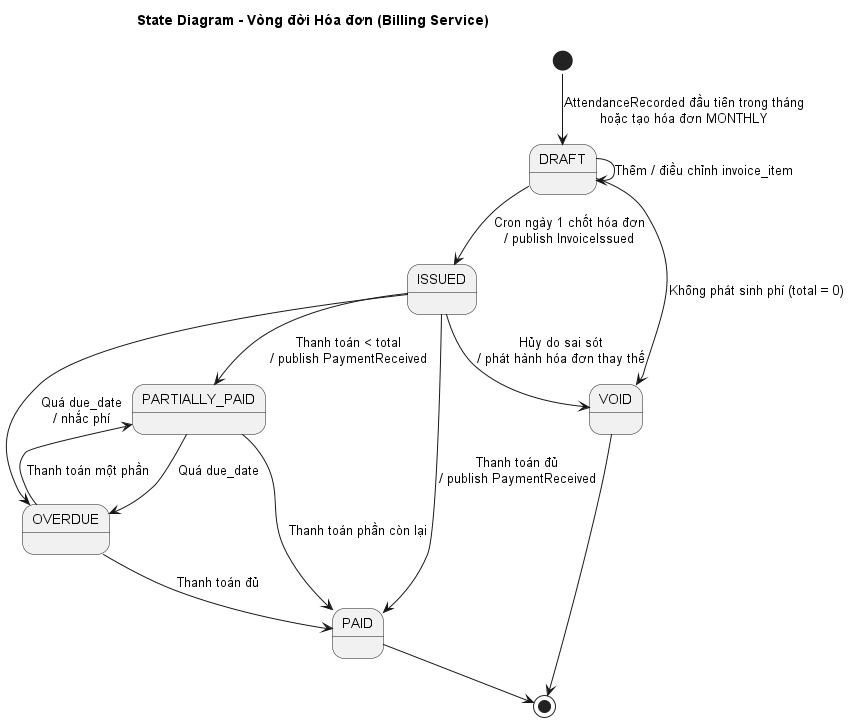
thuanbui-1203/private-tutor-management-system keeps this PlantUML diagram as docs/diagrams/out/09-state-invoice.png. Above is the earlier version.
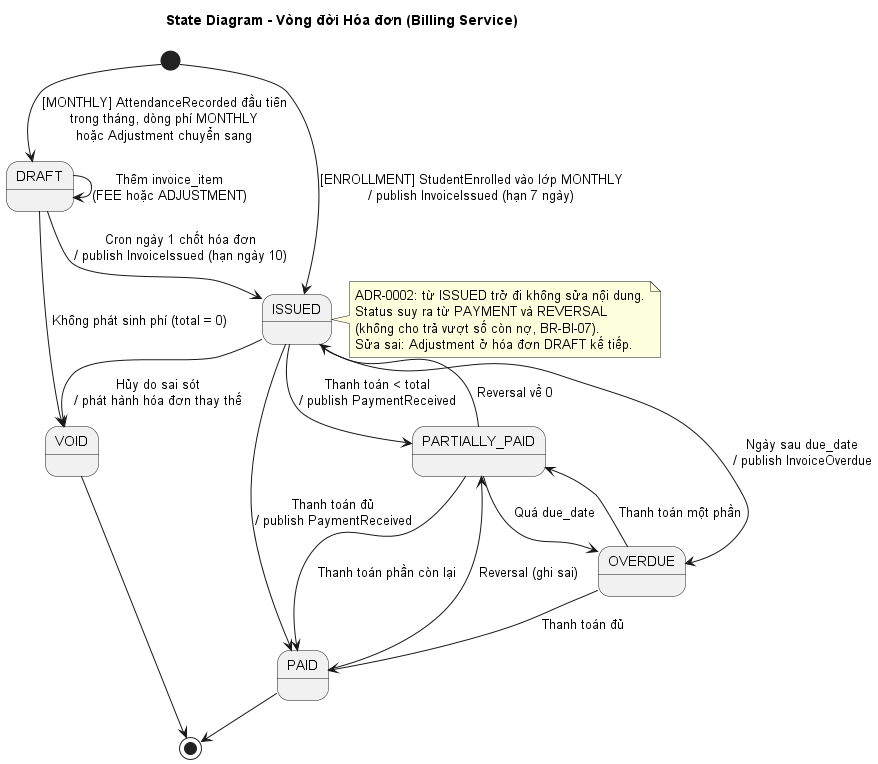
After the change.

What changed in the source:
```diff
@@ -2,23 +2,33 @@
 !pragma layout smetana
 title State Diagram - Vòng đời Hóa đơn (Billing Service)
 
-[*] --> DRAFT : AttendanceRecorded đầu tiên trong tháng\nhoặc tạo hóa đơn MONTHLY
+[*] --> DRAFT : [MONTHLY] AttendanceRecorded đầu tiên\ntrong tháng, dòng phí MONTHLY\nhoặc Adjustment chuyển sang
+[*] --> ISSUED : [ENROLLMENT] StudentEnrolled vào lớp MONTHLY\n/ publish InvoiceIssued (hạn 7 ngày)
 
-DRAFT --> DRAFT : Thêm / điều chỉnh invoice_item
-DRAFT --> ISSUED : Cron ngày 1 chốt hóa đơn\n/ publish InvoiceIssued
+DRAFT --> DRAFT : Thêm invoice_item\n(FEE hoặc ADJUSTMENT)
+DRAFT --> ISSUED : Cron ngày 1 chốt hóa đơn\n/ publish InvoiceIssued (hạn ngày 10)
 DRAFT --> VOID : Không phát sinh phí (total = 0)
 
 ISSUED --> PARTIALLY_PAID : Thanh toán < total\n/ publish PaymentReceived
 ISSUED --> PAID : Thanh toán đủ\n/ publish PaymentReceived
-ISSUED --> OVERDUE : Quá due_date\n/ nhắc phí
+ISSUED --> OVERDUE : Ngày sau due_date\n/ publish InvoiceOverdue
 ISSUED --> VOID : Hủy do sai sót\n/ phát hành hóa đơn thay thế
 
 PARTIALLY_PAID --> PAID : Thanh toán phần còn lại
 PARTIALLY_PAID --> OVERDUE : Quá due_date
+PARTIALLY_PAID --> ISSUED : Reversal về 0
 
 OVERDUE --> PARTIALLY_PAID : Thanh toán một phần
 OVERDUE --> PAID : Thanh toán đủ
 
+PAID --> PARTIALLY_PAID : Reversal (ghi sai)
 PAID --> [*]
 VOID --> [*]
+
+note right of ISSUED
+  ADR-0002: từ ISSUED trở đi không sửa nội dung.
+  Status suy ra từ PAYMENT và REVERSAL
+  (không cho trả vượt số còn nợ, BR-BI-07).
+  Sửa sai: Adjustment ở hóa đơn DRAFT kế tiếp.
+end note
 @enduml
```
